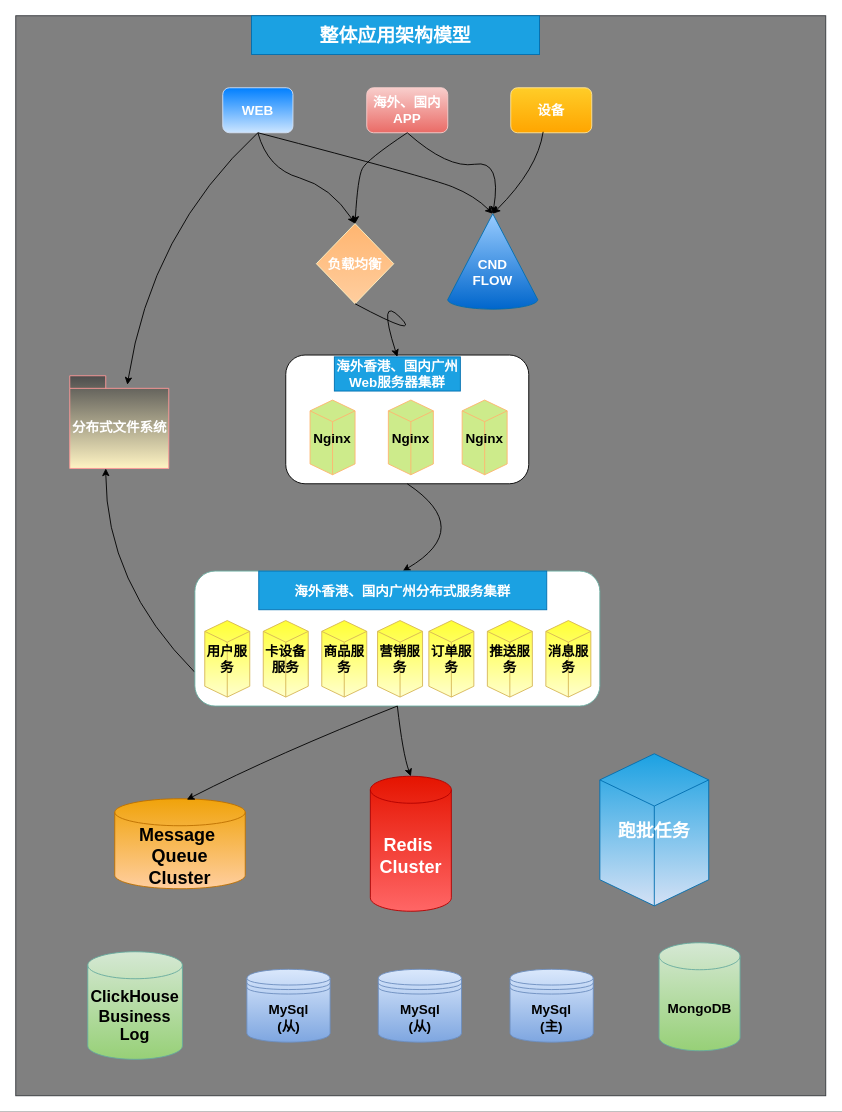
Earlier version of the draw.io diagram cloudbirds/整体全景应用架构模型3.0.drawio (luoyongshun/framework). Source tidied: cells renumbered, new cells numbered last; positions are measured from the earlier drawing's top-left corner, leaving out a move shared by most shapes. Both pictures are drawn from the tidied source at 90%, with x=0, y=0 at pixel (15, 15).
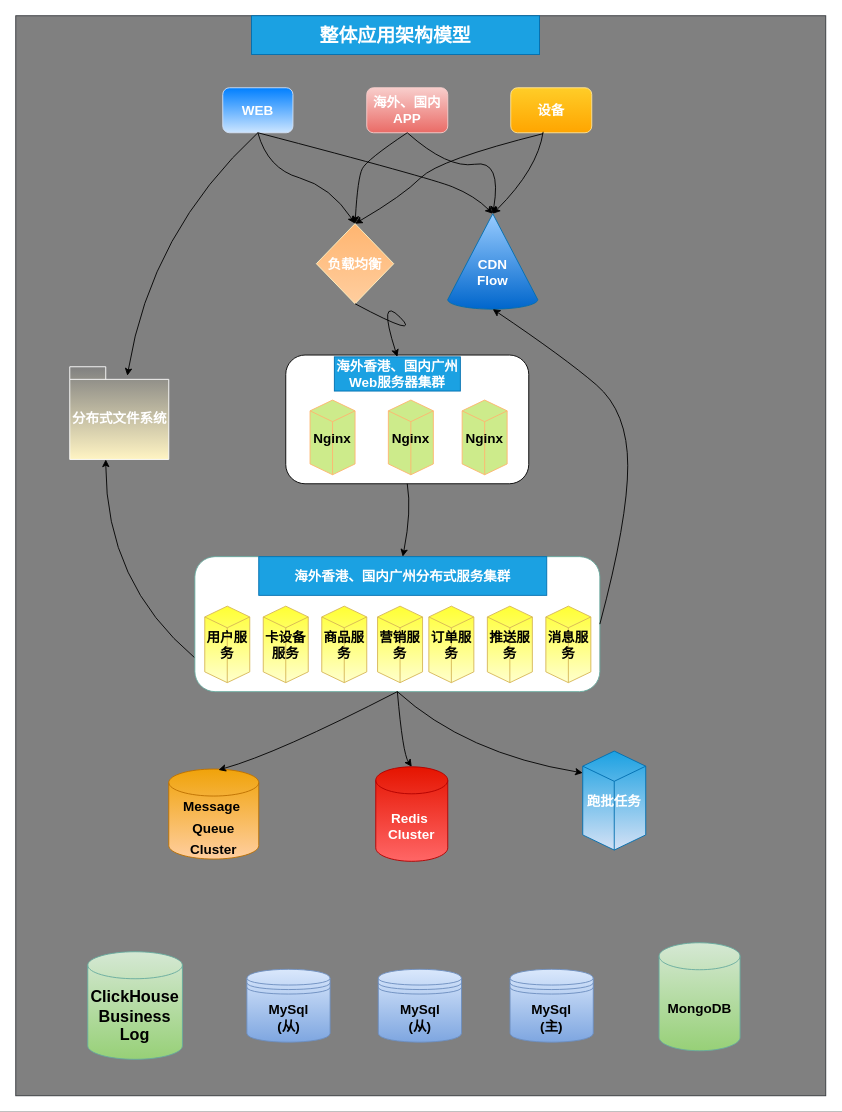
The same page after the edit.

Commit message (it also covers changes not shown here):
更新整体全景应用架构模型3.0.drawio

Unchanged cells that the change refers to:
```xml
<mxCell id="5" value="&lt;font size=&quot;1&quot; color=&quot;#ffffff&quot;&gt;&lt;b style=&quot;font-size: 15px;&quot;&gt;负载均衡&lt;/b&gt;&lt;/font&gt;" style="rhombus;whiteSpace=wrap;html=1;fillColor=#FFB570;gradientColor=#FFCE9F;strokeColor=#FFF4C3;" parent="1" vertex="1">
  <mxGeometry x="334" y="231" width="86" height="89" as="geometry" />
</mxCell>
<mxCell id="6" style="rounded=1;whiteSpace=wrap;html=1;fontColor=#FFFFFF;fillColor=#FFFFFF;" parent="1" vertex="1">
  <mxGeometry x="300" y="377" width="270" height="143" as="geometry" />
</mxCell>
<mxCell id="25" value="&lt;font style=&quot;font-size: 15px;&quot;&gt;&lt;span style=&quot;font-size: 15px;&quot;&gt;设备&lt;/span&gt;&lt;/font&gt;" style="rounded=1;whiteSpace=wrap;html=1;fillColor=#ffcd28;gradientColor=#ffa500;strokeColor=#FFE599;fontStyle=1;fontSize=15;fontColor=#FFFFFF;" parent="1" vertex="1">
  <mxGeometry x="550" y="80" width="90" height="50" as="geometry" />
</mxCell>
<mxCell id="34" style="verticalLabelPosition=bottom;verticalAlign=top;html=1;shape=mxgraph.basic.cone2;dx=0.5;dy=0.9;strokeColor=#006EAF;fontSize=15;fillColor=#99CCFF;fontColor=#ffffff;gradientColor=#0066CC;" parent="1" vertex="1">
  <mxGeometry x="480" y="220" width="100" height="106" as="geometry" />
</mxCell>
```

The edit, as a diff of the source:
```diff
@@
     <mxCell id="10" style="curved=1;endArrow=classic;html=1;rounded=0;fontSize=15;fontColor=#000000;entryX=0.5;entryY=0;entryDx=0;entryDy=0;exitX=0.5;exitY=1;exitDx=0;exitDy=0;" parent="1" edge="1" source="6" target="13">
       <mxGeometry relative="1" as="geometry">
         <Array as="points">
-          <mxPoint x="510" y="570" />
+          <mxPoint x="440" y="550" />
         </Array>
       </mxGeometry>
     </mxCell>
@@
     <mxCell id="12" style="rounded=1;whiteSpace=wrap;html=1;strokeColor=#67AB9F;fontSize=15;fontColor=#000000;fillColor=#FFFFFF;" parent="1" vertex="1">
-      <mxGeometry x="199" y="617" width="450" height="150" as="geometry" />
+      <mxGeometry x="199" y="601" width="450" height="150" as="geometry" />
     </mxCell>
     <mxCell id="13" value="海外香港、国内广州分布式服务集群" style="text;html=1;strokeColor=#006EAF;fillColor=#1ba1e2;align=center;verticalAlign=middle;whiteSpace=wrap;rounded=0;fontSize=15;fontColor=#ffffff;fontStyle=1;" parent="1" vertex="1">
-      <mxGeometry x="270" y="617" width="320" height="43" as="geometry" />
+      <mxGeometry x="270" y="601" width="320" height="43" as="geometry" />
     </mxCell>
     <mxCell id="14" value="用户服务" style="html=1;whiteSpace=wrap;shape=isoCube2;backgroundOutline=1;isoAngle=15;fontSize=15;fillColor=#FFFF33;strokeColor=#d6b656;fontStyle=1;gradientColor=#FFFFCC;" parent="1" vertex="1">
-      <mxGeometry x="210" y="672" width="50" height="85" as="geometry" />
+      <mxGeometry x="210" y="656" width="50" height="85" as="geometry" />
     </mxCell>
     <mxCell id="15" value="卡设备服务" style="html=1;whiteSpace=wrap;shape=isoCube2;backgroundOutline=1;isoAngle=15;fontSize=15;fillColor=#FFFF33;strokeColor=#d6b656;fontStyle=1;gradientColor=#FFFFCC;" parent="1" vertex="1">
-      <mxGeometry x="275" y="672" width="50" height="85" as="geometry" />
+      <mxGeometry x="275" y="656" width="50" height="85" as="geometry" />
     </mxCell>
     <mxCell id="16" value="商品服务" style="html=1;whiteSpace=wrap;shape=isoCube2;backgroundOutline=1;isoAngle=15;fontSize=15;fillColor=#FFFF33;strokeColor=#d6b656;fontStyle=1;gradientColor=#FFFFCC;" parent="1" vertex="1">
-      <mxGeometry x="340" y="672" width="50" height="85" as="geometry" />
+      <mxGeometry x="340" y="656" width="50" height="85" as="geometry" />
     </mxCell>
     <mxCell id="17" value="营销服务" style="html=1;whiteSpace=wrap;shape=isoCube2;backgroundOutline=1;isoAngle=15;fontSize=15;fillColor=#FFFF33;strokeColor=#d6b656;fontStyle=1;gradientColor=#FFFFCC;" parent="1" vertex="1">
-      <mxGeometry x="402" y="672" width="50" height="85" as="geometry" />
+      <mxGeometry x="402" y="656" width="50" height="85" as="geometry" />
     </mxCell>
     <mxCell id="18" value="订单服务" style="html=1;whiteSpace=wrap;shape=isoCube2;backgroundOutline=1;isoAngle=15;fontSize=15;fillColor=#FFFF33;strokeColor=#d6b656;fontStyle=1;gradientColor=#FFFFCC;" parent="1" vertex="1">
-      <mxGeometry x="459" y="672" width="50" height="85" as="geometry" />
+      <mxGeometry x="459" y="656" width="50" height="85" as="geometry" />
     </mxCell>
     <mxCell id="19" value="推送服务" style="html=1;whiteSpace=wrap;shape=isoCube2;backgroundOutline=1;isoAngle=15;fontSize=15;fillColor=#FFFF33;strokeColor=#d6b656;fontStyle=1;gradientColor=#FFFFCC;" parent="1" vertex="1">
-      <mxGeometry x="524" y="672" width="50" height="85" as="geometry" />
+      <mxGeometry x="524" y="656" width="50" height="85" as="geometry" />
     </mxCell>
     <mxCell id="20" value="消息服务" style="html=1;whiteSpace=wrap;shape=isoCube2;backgroundOutline=1;isoAngle=15;fontSize=15;fillColor=#FFFF33;strokeColor=#d6b656;fontStyle=1;gradientColor=#FFFFCC;" parent="1" vertex="1">
-      <mxGeometry x="589" y="672" width="50" height="85" as="geometry" />
+      <mxGeometry x="589" y="656" width="50" height="85" as="geometry" />
     </mxCell>
@@
-    <mxCell id="23" value="&lt;font style=&quot;font-size: 20px;&quot;&gt;跑批任务&lt;/font&gt;" style="html=1;whiteSpace=wrap;shape=isoCube2;backgroundOutline=1;isoAngle=15;fontSize=15;fillColor=#1ba1e2;strokeColor=#006EAF;fontStyle=1;fontColor=#ffffff;gradientColor=#D4E1F5;" parent="1" vertex="1">
-      <mxGeometry x="649" y="820" width="121" height="169" as="geometry" />
+    <mxCell id="23" value="&lt;font style=&quot;font-size: 15px;&quot;&gt;跑批任务&lt;/font&gt;" style="html=1;whiteSpace=wrap;shape=isoCube2;backgroundOutline=1;isoAngle=15;fontSize=15;fillColor=#1ba1e2;strokeColor=#006EAF;fontStyle=1;fontColor=#ffffff;gradientColor=#D4E1F5;" parent="1" vertex="1">
+      <mxGeometry x="630" y="817" width="70" height="110" as="geometry" />
     </mxCell>
@@
-    <mxCell id="31" value="Message&amp;nbsp;&lt;br style=&quot;font-size: 20px;&quot;&gt;Queue&lt;br style=&quot;font-size: 20px;&quot;&gt;Cluster" style="shape=cylinder3;whiteSpace=wrap;html=1;boundedLbl=1;backgroundOutline=1;size=15;fontSize=20;fillColor=#f0a30a;strokeColor=#BD7000;fontStyle=1;fontColor=#000000;gradientColor=#FFCE9F;" parent="1" vertex="1">
-      <mxGeometry x="110" y="870" width="145" height="100" as="geometry" />
+    <mxCell id="31" value="&lt;font style=&quot;font-size: 15px;&quot;&gt;Message&amp;nbsp;&lt;br style=&quot;&quot;&gt;Queue&lt;br style=&quot;&quot;&gt;Cluster&lt;/font&gt;" style="shape=cylinder3;whiteSpace=wrap;html=1;boundedLbl=1;backgroundOutline=1;size=15;fontSize=20;fillColor=#f0a30a;strokeColor=#BD7000;fontStyle=1;fontColor=#000000;gradientColor=#FFCE9F;" parent="1" vertex="1">
+      <mxGeometry x="170" y="837" width="100" height="100" as="geometry" />
     </mxCell>
-    <mxCell id="32" value="&lt;font style=&quot;font-size: 20px;&quot;&gt;Redis&amp;nbsp;&lt;br&gt;Cluster&lt;/font&gt;" style="shape=cylinder3;whiteSpace=wrap;html=1;boundedLbl=1;backgroundOutline=1;size=15;fontSize=15;fillColor=#e51400;strokeColor=#B20000;fontStyle=1;fontColor=#ffffff;gradientColor=#FF6666;" parent="1" vertex="1">
-      <mxGeometry x="394" y="845" width="90" height="150" as="geometry" />
+    <mxCell id="32" value="&lt;font style=&quot;font-size: 15px;&quot;&gt;&lt;span style=&quot;&quot;&gt;Redis&amp;nbsp;&lt;/span&gt;&lt;br&gt;&lt;font style=&quot;font-size: 15px;&quot;&gt;Cluster&lt;/font&gt;&lt;/font&gt;" style="shape=cylinder3;whiteSpace=wrap;html=1;boundedLbl=1;backgroundOutline=1;size=15;fontSize=15;fillColor=#e51400;strokeColor=#B20000;fontStyle=1;fontColor=#ffffff;gradientColor=#FF6666;" parent="1" vertex="1">
+      <mxGeometry x="400" y="834.5" width="80" height="105" as="geometry" />
     </mxCell>
@@
-    <mxCell id="35" value="分布式文件系统" style="shape=folder;fontStyle=1;spacingTop=10;tabWidth=40;tabHeight=14;tabPosition=left;html=1;strokeColor=#FF9999;fontSize=15;fontColor=#FFFFFF;fillColor=#4D4D4D;gradientColor=#FFF4C3;" parent="1" vertex="1">
-      <mxGeometry x="60" y="400" width="110" height="103" as="geometry" />
+    <mxCell id="35" value="分布式文件系统" style="shape=folder;fontStyle=1;spacingTop=10;tabWidth=40;tabHeight=14;tabPosition=left;html=1;strokeColor=#FFFFFF;fontSize=15;fontColor=#FFFFFF;fillColor=#808080;gradientColor=#FFF4C3;" parent="1" vertex="1">
+      <mxGeometry x="60" y="390" width="110" height="103" as="geometry" />
     </mxCell>
@@
-    <mxCell id="37" value="&lt;b&gt;CND FLOW&lt;/b&gt;" style="text;html=1;strokeColor=none;fillColor=none;align=center;verticalAlign=middle;whiteSpace=wrap;rounded=0;fontSize=15;fontColor=#FFFFFF;" parent="1" vertex="1">
+    <mxCell id="37" value="&lt;b&gt;CDN&lt;br&gt;Flow&lt;br&gt;&lt;/b&gt;" style="text;html=1;strokeColor=none;fillColor=none;align=center;verticalAlign=middle;whiteSpace=wrap;rounded=0;fontSize=15;fontColor=#FFFFFF;" parent="1" vertex="1">
       <mxGeometry x="500" y="270" width="60" height="30" as="geometry" />
     </mxCell>
@@
+    <mxCell id="44" style="curved=1;endArrow=classic;html=1;rounded=0;fontSize=15;fontColor=#FFFFFF;exitX=0.4;exitY=1.02;exitDx=0;exitDy=0;exitPerimeter=0;entryX=0.5;entryY=0;entryDx=0;entryDy=0;" parent="1" edge="1" source="25" target="5">
+      <mxGeometry relative="1" as="geometry">
+        <Array as="points">
+          <mxPoint x="470" y="160" />
+          <mxPoint x="430" y="200" />
+        </Array>
+      </mxGeometry>
+    </mxCell>
+    <mxCell id="45" style="curved=1;endArrow=classic;html=1;rounded=0;fontSize=15;fontColor=#FFFFFF;exitX=1;exitY=0.5;exitDx=0;exitDy=0;entryX=0;entryY=0;entryDx=50;entryDy=106;entryPerimeter=0;" parent="1" edge="1" source="12" target="34">
+      <mxGeometry relative="1" as="geometry">
+        <Array as="points">
+          <mxPoint x="680" y="560" />
+          <mxPoint x="680" y="440" />
+          <mxPoint x="610" y="380" />
+        </Array>
+      </mxGeometry>
+    </mxCell>
+    <mxCell id="46" style="curved=1;endArrow=classic;html=1;rounded=0;fontSize=15;fontColor=#FFFFFF;exitX=0.5;exitY=1;exitDx=0;exitDy=0;entryX=0;entryY=0;entryDx=0;entryDy=24.247954667091715;entryPerimeter=0;" parent="1" edge="1" source="12" target="23">
+      <mxGeometry relative="1" as="geometry">
+        <Array as="points">
+          <mxPoint x="500" y="820" />
+        </Array>
+      </mxGeometry>
+    </mxCell>
```
